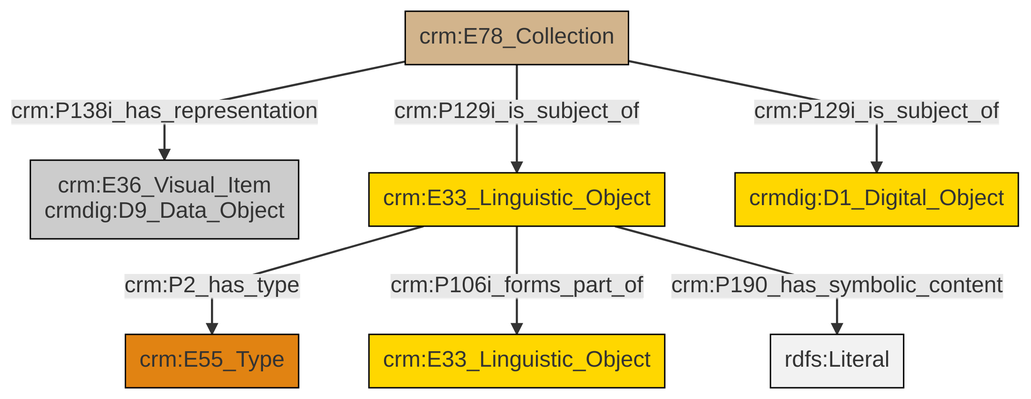
The Mermaid diagram et/archivalCSV/ttl/mmd/png/archival_docs.png in swiss-art-research-net/docs.swissartresearch, before a commit. Its source is kept beside it as et/archivalCSV/ttl/mmd/archival_docs.ttl.mmd.
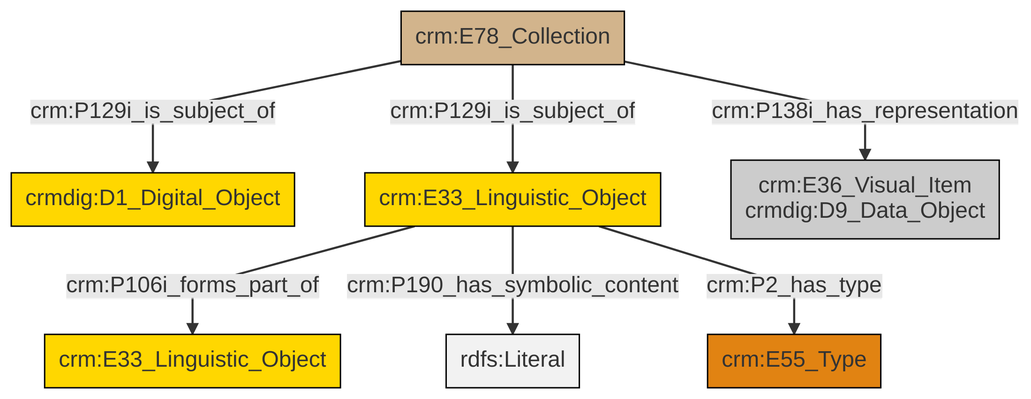
The same file after the commit.

The edit, as a diff of the source:
```diff
@@ -13,9 +13,9 @@
 classDef PC_Classes fill:#4ce600, stroke:#000000;
 classDef Multi fill:#cccccc,stroke:#000000;
 
-2["crm:E78_Collection"]:::Physical_Thing -->|crm:P138i_has_representation| 0["crm:E36_Visual_Item<br>crmdig:D9_Data_Object"]:::Multi
-6["crm:E33_Linguistic_Object"]:::Conceptual_Object -->|crm:P2_has_type| 7["crm:E55_Type"]:::Type
-2["crm:E78_Collection"]:::Physical_Thing -->|crm:P129i_is_subject_of| 6["crm:E33_Linguistic_Object"]:::Conceptual_Object
-6["crm:E33_Linguistic_Object"]:::Conceptual_Object -->|crm:P106i_forms_part_of| 4["crm:E33_Linguistic_Object"]:::Conceptual_Object
-2["crm:E78_Collection"]:::Physical_Thing -->|crm:P129i_is_subject_of| 12["crmdig:D1_Digital_Object"]:::Conceptual_Object
-6["crm:E33_Linguistic_Object"]:::Conceptual_Object -->|crm:P190_has_symbolic_content| 13[rdfs:Literal]:::Literal
+2["crm:E33_Linguistic_Object"]:::Conceptual_Object -->|crm:P106i_forms_part_of| 6["crm:E33_Linguistic_Object"]:::Conceptual_Object
+8["crm:E78_Collection"]:::Physical_Thing -->|crm:P129i_is_subject_of| 0["crmdig:D1_Digital_Object"]:::Conceptual_Object
+8["crm:E78_Collection"]:::Physical_Thing -->|crm:P129i_is_subject_of| 2["crm:E33_Linguistic_Object"]:::Conceptual_Object
+8["crm:E78_Collection"]:::Physical_Thing -->|crm:P138i_has_representation| 9["crm:E36_Visual_Item<br>crmdig:D9_Data_Object"]:::Multi
+2["crm:E33_Linguistic_Object"]:::Conceptual_Object -->|crm:P190_has_symbolic_content| 13[rdfs:Literal]:::Literal
+2["crm:E33_Linguistic_Object"]:::Conceptual_Object -->|crm:P2_has_type| 4["crm:E55_Type"]:::Type
```
